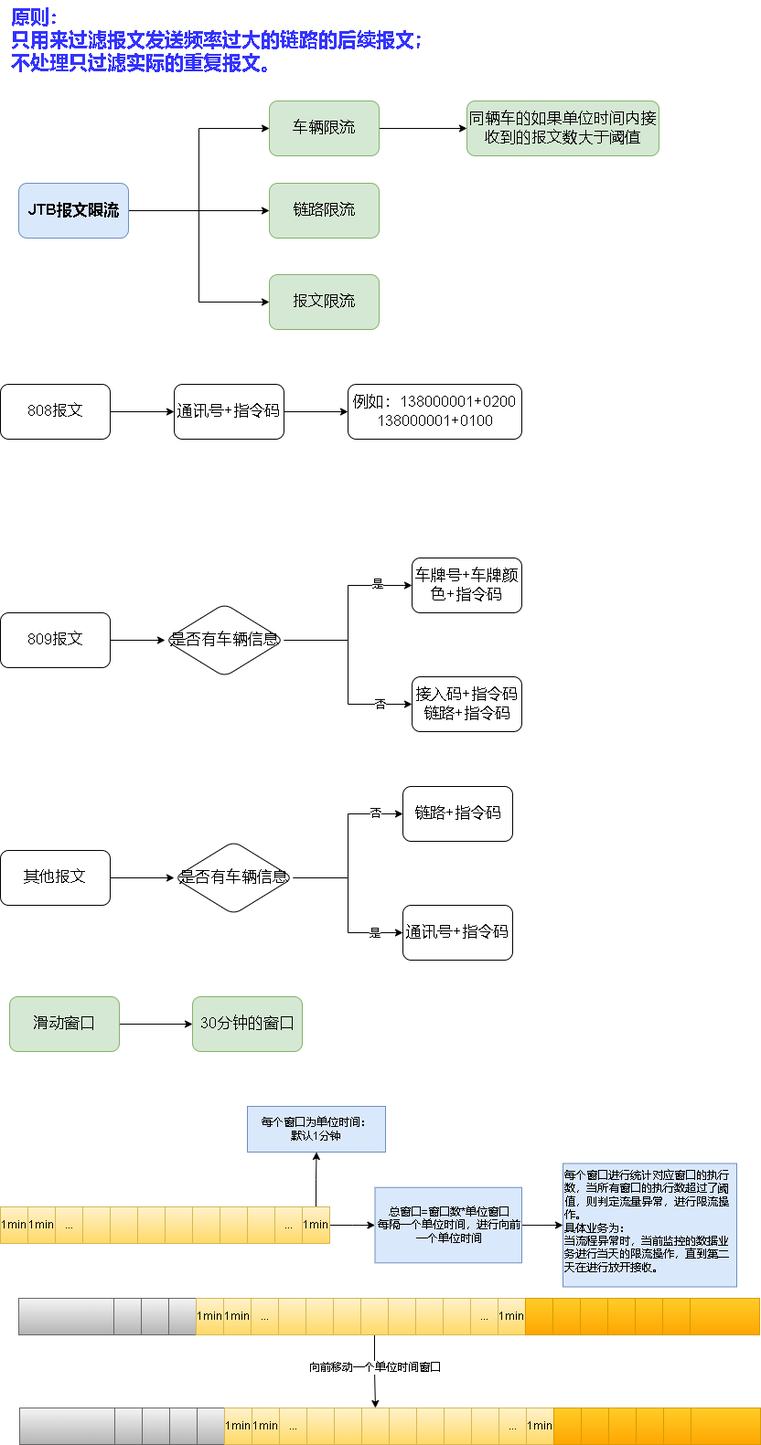
The draw.io diagram jtb报文限流.drawio.png in xktder/draw, before a commit. Source tidied: cells renumbered, new cells last; positions are measured from the earlier drawing's top-left corner, leaving out a move shared by most shapes.
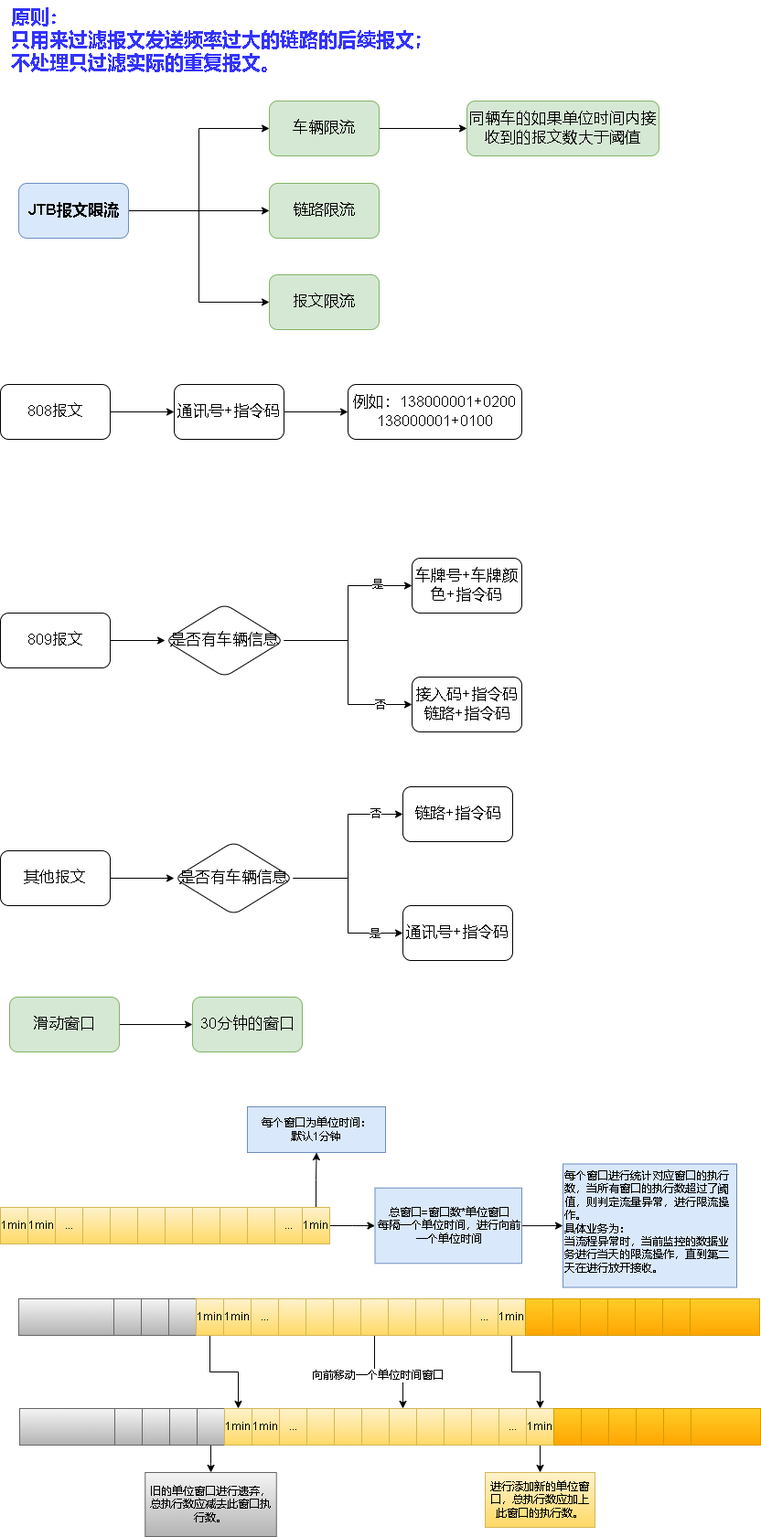
Later version of the same file.

Commit message:
更新jtb报文限流.drawio.png

The edit, as a diff of the source:
```diff
@@ -130,6 +130,14 @@
     <mxCell id="41" style="rounded=0;whiteSpace=wrap;html=1;fontSize=12;fillColor=#f5f5f5;strokeColor=#666666;gradientColor=#b3b3b3;" parent="1" vertex="1">
       <mxGeometry x="184" y="1420" width="30" height="40" as="geometry" />
     </mxCell>
+    <mxCell id="106" style="edgeStyle=orthogonalEdgeStyle;rounded=0;jettySize=auto;html=1;entryX=0.5;entryY=0;entryDx=0;entryDy=0;fontSize=12;fontColor=#000000;" parent="1" edge="1" source="42" target="86">
+      <mxGeometry relative="1" as="geometry">
+        <Array as="points">
+          <mxPoint x="229" y="1500" />
+          <mxPoint x="260" y="1500" />
+        </Array>
+      </mxGeometry>
+    </mxCell>
     <mxCell id="42" value="1min" style="rounded=0;whiteSpace=wrap;html=1;fontSize=12;fillColor=#fff2cc;strokeColor=#d6b656;gradientColor=#ffd966;" parent="1" vertex="1">
       <mxGeometry x="214" y="1420" width="30" height="40" as="geometry" />
     </mxCell>
@@ -148,8 +156,13 @@
     <mxCell id="47" style="rounded=0;whiteSpace=wrap;html=1;fontSize=12;fillColor=#fff2cc;gradientColor=#ffd966;strokeColor=#d6b656;" parent="1" vertex="1">
       <mxGeometry x="364" y="1420" width="30" height="40" as="geometry" />
     </mxCell>
-    <mxCell id="48" style="edgeStyle=orthogonalEdgeStyle;rounded=0;jettySize=auto;html=1;fontSize=12;fontColor=#000000;entryX=0.5;entryY=0;entryDx=0;entryDy=0;" parent="1" edge="1" source="50" target="91">
-      <mxGeometry relative="1" as="geometry" />
+    <mxCell id="48" style="edgeStyle=orthogonalEdgeStyle;rounded=0;jettySize=auto;html=1;fontSize=12;fontColor=#000000;entryX=0.5;entryY=0;entryDx=0;entryDy=0;" parent="1" edge="1" source="50" target="92">
+      <mxGeometry relative="1" as="geometry">
+        <Array as="points">
+          <mxPoint x="409" y="1500" />
+          <mxPoint x="440" y="1500" />
+        </Array>
+      </mxGeometry>
     </mxCell>
     <mxCell id="49" value="向前移动一个单位时间窗口" style="edgeLabel;html=1;align=center;verticalAlign=middle;fontSize=12;fontColor=#000000;" parent="48" vertex="1">
       <mxGeometry x="-0.22" relative="1" as="geometry">
@@ -171,6 +184,14 @@
     <mxCell id="54" value="..." style="rounded=0;whiteSpace=wrap;html=1;fontSize=12;fillColor=#fff2cc;gradientColor=#ffd966;strokeColor=#d6b656;" parent="1" vertex="1">
       <mxGeometry x="514" y="1420" width="30" height="40" as="geometry" />
     </mxCell>
+    <mxCell id="107" style="edgeStyle=orthogonalEdgeStyle;rounded=0;jettySize=auto;html=1;fontSize=12;fontColor=#000000;" parent="1" edge="1" source="55" target="97">
+      <mxGeometry relative="1" as="geometry">
+        <Array as="points">
+          <mxPoint x="559" y="1500" />
+          <mxPoint x="590" y="1500" />
+        </Array>
+      </mxGeometry>
+    </mxCell>
     <mxCell id="55" value="1min" style="rounded=0;whiteSpace=wrap;html=1;fontSize=12;fillColor=#fff2cc;gradientColor=#ffd966;strokeColor=#d6b656;" parent="1" vertex="1">
       <mxGeometry x="544" y="1420" width="30" height="40" as="geometry" />
     </mxCell>
@@ -261,6 +282,9 @@
     <mxCell id="84" style="rounded=0;whiteSpace=wrap;html=1;fontSize=12;fillColor=#f5f5f5;strokeColor=#666666;gradientColor=#b3b3b3;" parent="1" vertex="1">
       <mxGeometry x="185" y="1540" width="30" height="40" as="geometry" />
     </mxCell>
+    <mxCell id="108" style="edgeStyle=orthogonalEdgeStyle;rounded=0;jettySize=auto;html=1;fontSize=12;fontColor=#000000;" parent="1" edge="1" source="85" target="110">
+      <mxGeometry relative="1" as="geometry" />
+    </mxCell>
     <mxCell id="85" style="rounded=0;whiteSpace=wrap;html=1;fontSize=12;fillColor=#f5f5f5;strokeColor=#666666;gradientColor=#b3b3b3;" parent="1" vertex="1">
       <mxGeometry x="215" y="1540" width="30" height="40" as="geometry" />
     </mxCell>
@@ -297,6 +321,9 @@
     <mxCell id="96" value="&lt;span style=&quot;&quot;&gt;...&lt;/span&gt;" style="rounded=0;whiteSpace=wrap;html=1;fontSize=12;fillColor=#fff2cc;gradientColor=#ffd966;strokeColor=#d6b656;" parent="1" vertex="1">
       <mxGeometry x="545" y="1540" width="30" height="40" as="geometry" />
     </mxCell>
+    <mxCell id="109" style="edgeStyle=orthogonalEdgeStyle;rounded=0;jettySize=auto;html=1;fontSize=12;fontColor=#000000;" parent="1" edge="1" source="97" target="111">
+      <mxGeometry relative="1" as="geometry" />
+    </mxCell>
     <mxCell id="97" value="&lt;span style=&quot;&quot;&gt;1min&lt;/span&gt;" style="rounded=0;whiteSpace=wrap;html=1;fontSize=12;fillColor=#fff2cc;gradientColor=#ffd966;strokeColor=#d6b656;" parent="1" vertex="1">
       <mxGeometry x="575" y="1540" width="30" height="40" as="geometry" />
     </mxCell>
@@ -324,5 +351,11 @@
     <mxCell id="105" value="每个窗口进行统计对应窗口的执行数，当所有窗口的执行数超过了阈值，则判定流量异常，进行限流操作。&lt;br&gt;具体业务为：&lt;br&gt;当流程异常时，当前监控的数据业务进行当天的限流操作，直到第二天在进行放开接收。" style="whiteSpace=wrap;html=1;fillColor=#dae8fc;strokeColor=#6c8ebf;rounded=0;align=left;verticalAlign=top;" parent="1" vertex="1">
       <mxGeometry x="615" y="1272.5" width="190" height="135" as="geometry" />
     </mxCell>
+    <mxCell id="110" value="旧的单位窗口进行遗弃，总执行数应减去此窗口执行数。" style="rounded=0;whiteSpace=wrap;html=1;fontSize=12;fillColor=#f5f5f5;strokeColor=#666666;gradientColor=#b3b3b3;" parent="1" vertex="1">
+      <mxGeometry x="158.2" y="1610" width="143.5" height="70" as="geometry" />
+    </mxCell>
+    <mxCell id="111" value="进行添加新的单位窗口，总执行数应加上此窗口的执行数。" style="whiteSpace=wrap;html=1;fillColor=#fff2cc;strokeColor=#d6b656;rounded=0;gradientColor=#ffd966;" parent="1" vertex="1">
+      <mxGeometry x="530" y="1610" width="120" height="60" as="geometry" />
+    </mxCell>
   </root>
 </mxGraphModel>
```
